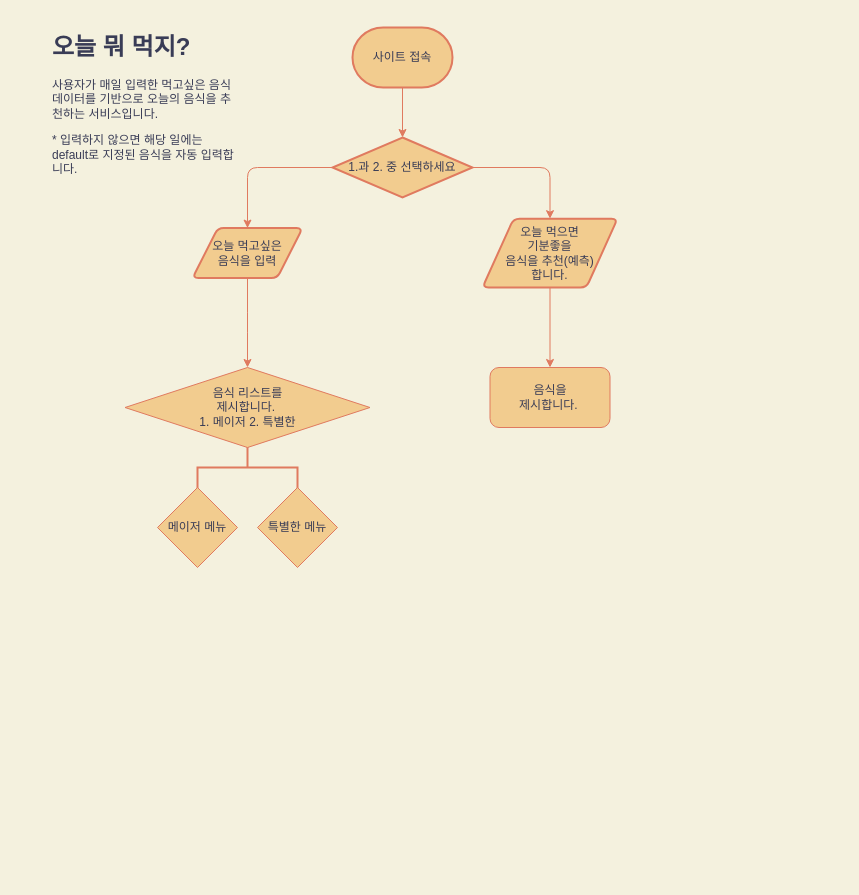
Before: Untitled Diagram.drawio in OwlStanding/owl1, a draw.io diagram. Source tidied: cells renumbered, new cells numbered last; positions are measured from the earlier drawing's top-left corner, leaving out a move shared by most shapes. Both pictures are drawn from the tidied source at 100%, with x=0, y=0 at pixel (47, 27).
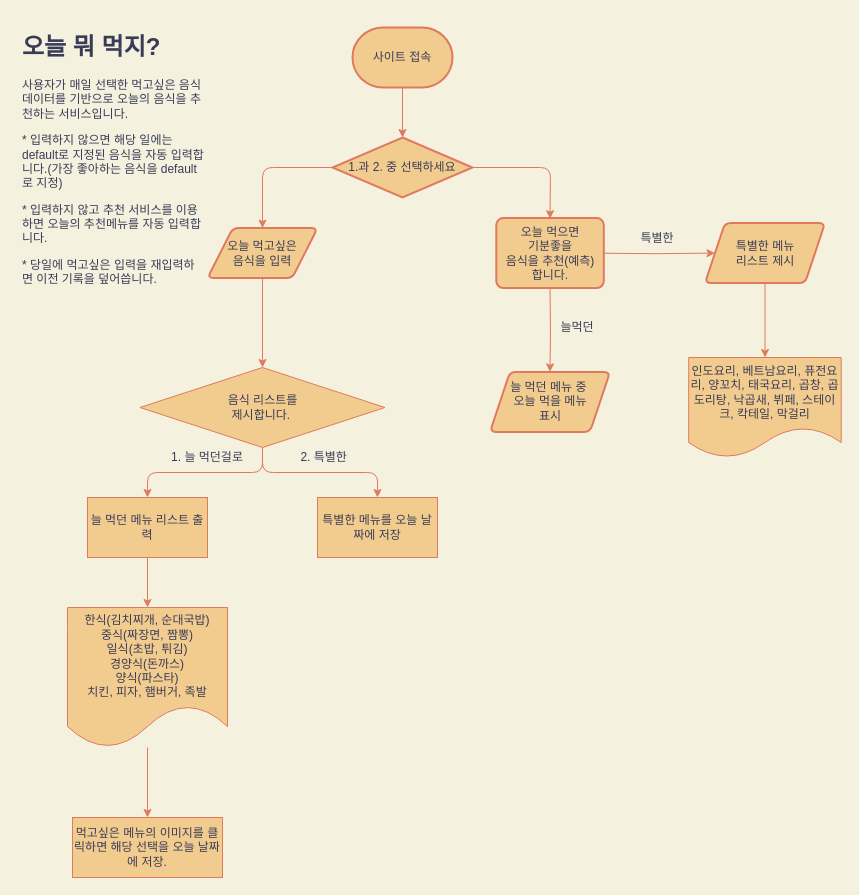
Above is the later version.

The change refers to these unchanged cells:
```xml
<mxCell id="11" value="1.과 2. 중 선택하세요" style="strokeWidth=2;html=1;shape=mxgraph.flowchart.decision;whiteSpace=wrap;rounded=0;sketch=0;fillColor=#F2CC8F;fontColor=#393C56;strokeColor=#E07A5F;" parent="1" vertex="1">
  <mxGeometry x="285" y="110" width="140" height="60" as="geometry" />
</mxCell>
```

The edit, as a diff of the source:
```diff
@@
-    <mxCell id="2" value="&lt;span&gt;음식을&lt;/span&gt;&lt;br&gt;&lt;span&gt;제시합니다.&amp;nbsp;&lt;/span&gt;" style="rounded=1;whiteSpace=wrap;html=1;fillColor=#F2CC8F;strokeColor=#E07A5F;fontColor=#393C56;" parent="1" vertex="1">
-      <mxGeometry x="442.5" y="340" width="120" height="60" as="geometry" />
-    </mxCell>
-    <mxCell id="3" style="edgeStyle=orthogonalEdgeStyle;curved=0;rounded=1;sketch=0;jettySize=auto;html=1;strokeColor=#E07A5F;fillColor=#F2CC8F;fontColor=#393C56;labelBackgroundColor=#F4F1DE;" parent="1" edge="1" source="4" target="2">
-      <mxGeometry relative="1" as="geometry" />
-    </mxCell>
-    <mxCell id="4" value="&lt;span&gt;오늘 먹으면 &lt;br&gt;기분좋을 &lt;br&gt;음식을 추천(예측)&lt;br&gt;합니다.&lt;/span&gt;" style="shape=parallelogram;html=1;strokeWidth=2;perimeter=parallelogramPerimeter;whiteSpace=wrap;rounded=1;arcSize=12;size=0.23;sketch=0;fillColor=#F2CC8F;fontColor=#393C56;strokeColor=#E07A5F;" parent="1" vertex="1">
-      <mxGeometry x="435" y="191.2" width="135" height="68.8" as="geometry" />
-    </mxCell>
+    <mxCell id="17" style="edgeStyle=orthogonalEdgeStyle;curved=0;rounded=1;sketch=0;jettySize=auto;html=1;strokeColor=#E07A5F;fillColor=#F2CC8F;fontColor=#393C56;labelBackgroundColor=#F4F1DE;" parent="1" edge="1" target="26">
+      <mxGeometry relative="1" as="geometry">
+        <mxPoint x="554.4" y="225.7" as="sourcePoint" />
+      </mxGeometry>
+    </mxCell>
+    <mxCell id="18" style="edgeStyle=orthogonalEdgeStyle;curved=0;rounded=1;sketch=0;jettySize=auto;html=1;strokeColor=#E07A5F;fillColor=#F2CC8F;fontColor=#393C56;labelBackgroundColor=#F4F1DE;" parent="1" edge="1" target="28">
+      <mxGeometry relative="1" as="geometry">
+        <mxPoint x="502.5" y="260" as="sourcePoint" />
+      </mxGeometry>
+    </mxCell>
@@
-    <mxCell id="7" style="edgeStyle=orthogonalEdgeStyle;curved=0;rounded=1;sketch=0;jettySize=auto;html=1;strokeColor=#E07A5F;fillColor=#F2CC8F;fontColor=#393C56;labelBackgroundColor=#F4F1DE;" parent="1" edge="1" source="8">
-      <mxGeometry relative="1" as="geometry">
-        <mxPoint x="200" y="340" as="targetPoint" />
-      </mxGeometry>
-    </mxCell>
+    <mxCell id="19" style="edgeStyle=orthogonalEdgeStyle;curved=0;rounded=1;sketch=0;jettySize=auto;html=1;strokeColor=#E07A5F;fillColor=#F2CC8F;fontColor=#393C56;" parent="1" edge="1" source="8" target="16">
+      <mxGeometry relative="1" as="geometry" />
+    </mxCell>
     <mxCell id="8" value="오늘 먹고싶은&lt;br&gt;음식을 입력" style="shape=parallelogram;html=1;strokeWidth=2;perimeter=parallelogramPerimeter;whiteSpace=wrap;rounded=1;arcSize=12;size=0.23;sketch=0;fillColor=#F2CC8F;fontColor=#393C56;strokeColor=#E07A5F;" parent="1" vertex="1">
-      <mxGeometry x="145" y="200.6" width="110" height="50" as="geometry" />
+      <mxGeometry x="160" y="200.6" width="110" height="50" as="geometry" />
     </mxCell>
@@
-    <mxCell id="10" style="edgeStyle=orthogonalEdgeStyle;curved=0;rounded=1;sketch=0;jettySize=auto;html=1;exitX=1;exitY=0.5;exitDx=0;exitDy=0;exitPerimeter=0;strokeColor=#E07A5F;fillColor=#F2CC8F;fontColor=#393C56;labelBackgroundColor=#F4F1DE;" parent="1" edge="1" source="11" target="4">
-      <mxGeometry relative="1" as="geometry" />
+    <mxCell id="10" style="edgeStyle=orthogonalEdgeStyle;curved=0;rounded=1;sketch=0;jettySize=auto;html=1;exitX=1;exitY=0.5;exitDx=0;exitDy=0;exitPerimeter=0;strokeColor=#E07A5F;fillColor=#F2CC8F;fontColor=#393C56;labelBackgroundColor=#F4F1DE;" parent="1" edge="1" source="11">
+      <mxGeometry relative="1" as="geometry">
+        <mxPoint x="502.5" y="191.2" as="targetPoint" />
+      </mxGeometry>
     </mxCell>
@@
-    <mxCell id="12" style="strokeWidth=2;html=1;shape=mxgraph.flowchart.annotation_2;align=left;labelPosition=right;rounded=0;sketch=0;fillColor=#F2CC8F;fontColor=#393C56;rotation=90;strokeColor=#E07A5F;" parent="1" vertex="1">
-      <mxGeometry x="175" y="390" width="50" height="100" as="geometry" />
-    </mxCell>
-    <mxCell id="13" value="&lt;h1&gt;오늘 뭐 먹지?&lt;/h1&gt;&lt;p&gt;사용자가 매일 입력한 먹고싶은 음식 데이터를 기반으로 오늘의 음식을 추천하는 서비스입니다.&amp;nbsp;&lt;/p&gt;&lt;p&gt;* 입력하지 않으면 해당 일에는 default로 지정된 음식을 자동 입력합니다.&lt;/p&gt;" style="text;html=1;strokeColor=none;fillColor=none;spacing=5;spacingTop=-20;whiteSpace=wrap;overflow=hidden;rounded=0;sketch=0;fontColor=#393C56;" parent="1" vertex="1">
-      <mxGeometry width="190" height="150" as="geometry" />
+    <mxCell id="13" value="&lt;h1&gt;오늘 뭐 먹지?&lt;/h1&gt;&lt;p&gt;사용자가 매일 선택한 먹고싶은 음식 데이터를 기반으로 오늘의 음식을 추천하는 서비스입니다.&amp;nbsp;&lt;/p&gt;&lt;p&gt;* 입력하지 않으면 해당 일에는 default로 지정된 음식을 자동 입력합니다.(가장 좋아하는 음식을 default로 지정)&lt;/p&gt;&lt;p&gt;* 입력하지 않고 추천 서비스를 이용하면 오늘의 추천메뉴를 자동 입력합니다.&amp;nbsp;&lt;/p&gt;&lt;p&gt;* 당일에 먹고싶은 입력을 재입력하면 이전 기록을 덮어씁니다.&amp;nbsp;&lt;/p&gt;" style="text;html=1;strokeColor=none;fillColor=none;spacing=5;spacingTop=-20;whiteSpace=wrap;overflow=hidden;rounded=0;sketch=0;fontColor=#393C56;" parent="1" vertex="1">
+      <mxGeometry x="-30" width="190" height="270" as="geometry" />
     </mxCell>
-    <mxCell id="14" value="메이저 메뉴" style="rhombus;whiteSpace=wrap;html=1;rounded=0;sketch=0;strokeColor=#E07A5F;fillColor=#F2CC8F;fontColor=#393C56;" parent="1" vertex="1">
-      <mxGeometry x="110" y="460" width="80" height="80" as="geometry" />
-    </mxCell>
-    <mxCell id="15" value="특별한 메뉴" style="rhombus;whiteSpace=wrap;html=1;rounded=0;sketch=0;strokeColor=#E07A5F;fillColor=#F2CC8F;fontColor=#393C56;" parent="1" vertex="1">
-      <mxGeometry x="210" y="460" width="80" height="80" as="geometry" />
-    </mxCell>
+    <mxCell id="20" style="edgeStyle=orthogonalEdgeStyle;curved=0;rounded=1;sketch=0;jettySize=auto;html=1;strokeColor=#E07A5F;fillColor=#F2CC8F;fontColor=#393C56;" parent="1" edge="1" source="16" target="33">
+      <mxGeometry relative="1" as="geometry" />
+    </mxCell>
+    <mxCell id="21" style="edgeStyle=orthogonalEdgeStyle;curved=0;rounded=1;sketch=0;jettySize=auto;html=1;entryX=0.5;entryY=0;entryDx=0;entryDy=0;strokeColor=#E07A5F;fillColor=#F2CC8F;fontColor=#393C56;" parent="1" edge="1" source="16" target="35">
+      <mxGeometry relative="1" as="geometry" />
+    </mxCell>
-    <mxCell id="16" value="음식 리스트를&lt;br&gt;제시합니다.&amp;nbsp;&lt;br&gt;1. 메이저 2. 특별한" style="rhombus;whiteSpace=wrap;html=1;rounded=0;sketch=0;strokeColor=#E07A5F;fillColor=#F2CC8F;fontColor=#393C56;" parent="1" vertex="1">
-      <mxGeometry x="77.5" y="340" width="245" height="80" as="geometry" />
+    <mxCell id="16" value="음식 리스트를&lt;br&gt;제시합니다.&amp;nbsp;" style="rhombus;whiteSpace=wrap;html=1;rounded=0;sketch=0;strokeColor=#E07A5F;fillColor=#F2CC8F;fontColor=#393C56;" parent="1" vertex="1">
+      <mxGeometry x="92.5" y="340" width="245" height="80" as="geometry" />
     </mxCell>
+    <mxCell id="22" style="edgeStyle=orthogonalEdgeStyle;curved=0;rounded=1;sketch=0;jettySize=auto;html=1;strokeColor=#E07A5F;fillColor=#F2CC8F;fontColor=#393C56;" parent="1" edge="1" source="23" target="34">
+      <mxGeometry relative="1" as="geometry" />
+    </mxCell>
+    <mxCell id="23" value="한식(김치찌개, 순대국밥)&lt;br&gt;중식(짜장면, 짬뽕)&lt;br&gt;일식(초밥, 튀김)&lt;br&gt;경양식(돈까스)&lt;br&gt;양식(파스타)&lt;br&gt;치킨, 피자, 햄버거, 족발" style="shape=document;whiteSpace=wrap;html=1;boundedLbl=1;rounded=0;sketch=0;strokeColor=#E07A5F;fillColor=#F2CC8F;fontColor=#393C56;" parent="1" vertex="1">
+      <mxGeometry x="20" y="580" width="160" height="140" as="geometry" />
+    </mxCell>
+    <mxCell id="24" value="인도요리, 베트남요리, 퓨전요리, 양꼬치, 태국요리, 곱창, 곱도리탕, 낙곱새, 뷔페, 스테이크, 칵테일, 막걸리" style="shape=document;whiteSpace=wrap;html=1;boundedLbl=1;rounded=0;sketch=0;strokeColor=#E07A5F;fillColor=#F2CC8F;fontColor=#393C56;" parent="1" vertex="1">
+      <mxGeometry x="641.2" y="330" width="152.5" height="100" as="geometry" />
+    </mxCell>
+    <mxCell id="25" style="edgeStyle=orthogonalEdgeStyle;curved=0;rounded=1;sketch=0;jettySize=auto;html=1;strokeColor=#E07A5F;fillColor=#F2CC8F;fontColor=#393C56;" parent="1" edge="1" source="26" target="24">
+      <mxGeometry relative="1" as="geometry" />
+    </mxCell>
+    <mxCell id="26" value="특별한 메뉴&lt;br&gt;리스트 제시" style="shape=parallelogram;perimeter=parallelogramPerimeter;whiteSpace=wrap;html=1;fixedSize=1;rounded=1;fontColor=#393C56;strokeColor=#E07A5F;strokeWidth=2;fillColor=#F2CC8F;arcSize=12;sketch=0;" parent="1" vertex="1">
+      <mxGeometry x="657.5" y="195.6" width="120" height="60" as="geometry" />
+    </mxCell>
+    <mxCell id="27" value="특별한" style="text;html=1;strokeColor=none;fillColor=none;align=center;verticalAlign=middle;whiteSpace=wrap;rounded=0;sketch=0;fontColor=#393C56;" parent="1" vertex="1">
+      <mxGeometry x="590" y="200.6" width="40" height="20" as="geometry" />
+    </mxCell>
+    <mxCell id="28" value="늘 먹던 메뉴 중&amp;nbsp;&lt;br&gt;오늘 먹을 메뉴&lt;br&gt;표시" style="shape=parallelogram;perimeter=parallelogramPerimeter;whiteSpace=wrap;html=1;fixedSize=1;rounded=1;fontColor=#393C56;strokeColor=#E07A5F;strokeWidth=2;fillColor=#F2CC8F;arcSize=12;sketch=0;" parent="1" vertex="1">
+      <mxGeometry x="442.5" y="344.4" width="120" height="60" as="geometry" />
+    </mxCell>
+    <mxCell id="29" value="늘먹던" style="text;html=1;strokeColor=none;fillColor=none;align=center;verticalAlign=middle;whiteSpace=wrap;rounded=0;sketch=0;fontColor=#393C56;" parent="1" vertex="1">
+      <mxGeometry x="510" y="290" width="40" height="20" as="geometry" />
+    </mxCell>
+    <mxCell id="4" value="&lt;span&gt;오늘 먹으면&lt;/span&gt;&lt;br&gt;&lt;span&gt;기분좋을&lt;/span&gt;&lt;br&gt;&lt;span&gt;음식을 추천(예측)&lt;/span&gt;&lt;br&gt;&lt;span&gt;합니다.&lt;/span&gt;" style="rounded=1;whiteSpace=wrap;html=1;absoluteArcSize=1;arcSize=14;strokeWidth=2;sketch=0;fillColor=#F2CC8F;fontColor=#393C56;strokeColor=#E07A5F;" parent="1" vertex="1">
+      <mxGeometry x="448.8" y="190.6" width="107.5" height="70" as="geometry" />
+    </mxCell>
+    <mxCell id="30" value="&lt;span&gt;1. 늘 먹던걸로&lt;/span&gt;" style="text;html=1;strokeColor=none;fillColor=none;align=center;verticalAlign=middle;whiteSpace=wrap;rounded=0;sketch=0;fontColor=#393C56;" parent="1" vertex="1">
+      <mxGeometry x="120" y="420" width="80" height="20" as="geometry" />
+    </mxCell>
+    <mxCell id="31" value="&lt;span&gt;&amp;nbsp;2. 특별한&lt;/span&gt;" style="text;html=1;strokeColor=none;fillColor=none;align=center;verticalAlign=middle;whiteSpace=wrap;rounded=0;sketch=0;fontColor=#393C56;" parent="1" vertex="1">
+      <mxGeometry x="245" y="420" width="60" height="20" as="geometry" />
+    </mxCell>
+    <mxCell id="32" style="edgeStyle=orthogonalEdgeStyle;curved=0;rounded=1;sketch=0;jettySize=auto;html=1;strokeColor=#E07A5F;fillColor=#F2CC8F;fontColor=#393C56;" parent="1" edge="1" source="33" target="23">
+      <mxGeometry relative="1" as="geometry" />
+    </mxCell>
+    <mxCell id="33" value="늘 먹던 메뉴 리스트 출력" style="whiteSpace=wrap;html=1;rounded=0;fontColor=#393C56;strokeColor=#E07A5F;fillColor=#F2CC8F;sketch=0;" parent="1" vertex="1">
+      <mxGeometry x="40" y="470" width="120" height="60" as="geometry" />
+    </mxCell>
+    <mxCell id="34" value="먹고싶은 메뉴의 이미지를 클릭하면 해당 선택을 오늘 날짜에 저장." style="whiteSpace=wrap;html=1;rounded=0;fontColor=#393C56;strokeColor=#E07A5F;fillColor=#F2CC8F;sketch=0;" parent="1" vertex="1">
+      <mxGeometry x="25" y="790" width="150" height="60" as="geometry" />
+    </mxCell>
+    <mxCell id="35" value="특별한 메뉴를 오늘 날짜에 저장" style="whiteSpace=wrap;html=1;rounded=0;fontColor=#393C56;strokeColor=#E07A5F;fillColor=#F2CC8F;sketch=0;" parent="1" vertex="1">
+      <mxGeometry x="270" y="470" width="120" height="60" as="geometry" />
+    </mxCell>
```
